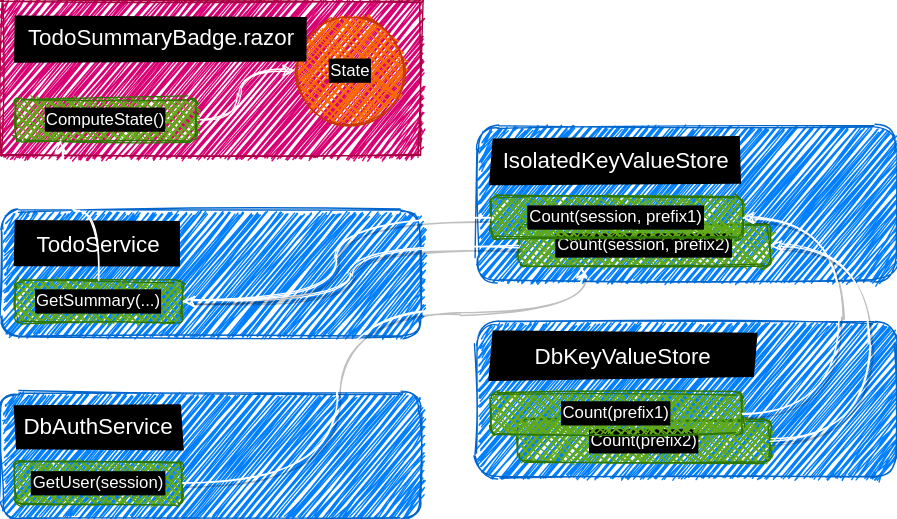
alexyakunin/Stl.Fusion.Materials keeps this draw.io diagram as Slides/Fusion_v2/diagrams/todo-app/8.dio.svg. Above is the earlier version. Source tidied: cells renumbered, new cells last; positions are measured from the earlier drawing's top-left corner, leaving out a move shared by most shapes. The source it was exported from:
```xml
<mxGraphModel>
  <root>
    <mxCell id="0" />
    <mxCell id="1" parent="0" />
    <mxCell id="2" style="group;" parent="1" vertex="1">
      <mxGeometry x="340" y="230" width="300" height="110" as="geometry" />
    </mxCell>
    <mxCell id="3" style="rounded=1;whiteSpace=wrap;html=1;sketch=1;fontColor=#ffffff;fillStyle=zigzag;shadow=0;labelBackgroundColor=#000000;labelBorderColor=#000000;strokeColor=#0066CC;fillColor=#007FFF;" parent="2" vertex="1">
      <mxGeometry width="300" height="110" as="geometry" />
    </mxCell>
    <mxCell id="4" value="DbKeyValueStore" style="text;html=1;strokeColor=none;align=center;verticalAlign=middle;whiteSpace=wrap;rounded=0;sketch=1;fontSize=16;fillColor=#000000;fillStyle=solid;fontColor=#FFFFFF;" parent="2" vertex="1">
      <mxGeometry x="10" y="7.5" width="190" height="32.5" as="geometry" />
    </mxCell>
    <mxCell id="5" value="Count(prefix2)" style="rounded=1;whiteSpace=wrap;html=1;sketch=1;fillColor=#60a917;strokeColor=#2D7600;fontColor=#ffffff;fillStyle=cross-hatch;shadow=0;labelBackgroundColor=#000000;labelBorderColor=#000000;" parent="2" vertex="1">
      <mxGeometry x="30" y="70" width="180" height="30" as="geometry" />
    </mxCell>
    <mxCell id="6" value="Count(prefix1)" style="rounded=1;whiteSpace=wrap;html=1;sketch=1;fillColor=#60a917;strokeColor=#2D7600;fontColor=#ffffff;fillStyle=cross-hatch;shadow=0;labelBackgroundColor=#000000;labelBorderColor=#000000;" parent="2" vertex="1">
      <mxGeometry x="10" y="50" width="180" height="30" as="geometry" />
    </mxCell>
    <mxCell id="7" style="group;" parent="1" vertex="1">
      <mxGeometry x="340" y="90" width="300" height="110" as="geometry" />
    </mxCell>
    <mxCell id="8" style="rounded=1;whiteSpace=wrap;html=1;sketch=1;fontColor=#ffffff;fillStyle=zigzag;shadow=0;labelBackgroundColor=#000000;labelBorderColor=#000000;strokeColor=#0066CC;fillColor=#007FFF;" parent="7" vertex="1">
      <mxGeometry width="300" height="110" as="geometry" />
    </mxCell>
    <mxCell id="9" value="IsolatedKeyValueStore" style="text;html=1;strokeColor=none;align=center;verticalAlign=middle;whiteSpace=wrap;rounded=0;sketch=1;fontSize=16;fillColor=#000000;fillStyle=solid;fontColor=#FFFFFF;" parent="7" vertex="1">
      <mxGeometry x="10" y="7.5" width="180" height="32.5" as="geometry" />
    </mxCell>
    <mxCell id="10" value="Count(session, prefix2)" style="rounded=1;whiteSpace=wrap;html=1;sketch=1;fillColor=#60a917;strokeColor=#2D7600;fontColor=#ffffff;fillStyle=cross-hatch;shadow=0;labelBackgroundColor=#000000;labelBorderColor=#000000;" parent="7" vertex="1">
      <mxGeometry x="30" y="70" width="180" height="30" as="geometry" />
    </mxCell>
    <mxCell id="11" value="Count(session, prefix1)" style="rounded=1;whiteSpace=wrap;html=1;sketch=1;fillColor=#60a917;strokeColor=#2D7600;fontColor=#ffffff;fillStyle=cross-hatch;shadow=0;labelBackgroundColor=#000000;labelBorderColor=#000000;" parent="7" vertex="1">
      <mxGeometry x="10" y="50" width="180" height="30" as="geometry" />
    </mxCell>
    <mxCell id="12" style="group;" parent="1" vertex="1">
      <mxGeometry y="150" width="300" height="90" as="geometry" />
    </mxCell>
    <mxCell id="13" style="rounded=1;whiteSpace=wrap;html=1;sketch=1;fontColor=#ffffff;fillStyle=zigzag;shadow=0;labelBackgroundColor=#000000;labelBorderColor=#000000;strokeColor=#0066CC;fillColor=#007FFF;" parent="12" vertex="1">
      <mxGeometry width="300" height="90" as="geometry" />
    </mxCell>
    <mxCell id="14" value="TodoService" style="text;html=1;strokeColor=none;align=center;verticalAlign=middle;whiteSpace=wrap;rounded=0;sketch=1;fontSize=16;fillColor=#000000;fillStyle=solid;fontColor=#FFFFFF;" parent="12" vertex="1">
      <mxGeometry x="10" y="7.5" width="120" height="32.5" as="geometry" />
    </mxCell>
    <mxCell id="15" value="GetSummary(...)" style="rounded=1;whiteSpace=wrap;html=1;sketch=1;fillColor=#60a917;strokeColor=#2D7600;fontColor=#ffffff;fillStyle=cross-hatch;shadow=0;labelBackgroundColor=#000000;labelBorderColor=#000000;" parent="12" vertex="1">
      <mxGeometry x="10" y="50" width="120" height="30" as="geometry" />
    </mxCell>
    <mxCell id="16" style="group;" parent="1" vertex="1">
      <mxGeometry y="280" width="300" height="90" as="geometry" />
    </mxCell>
    <mxCell id="17" style="rounded=1;whiteSpace=wrap;html=1;sketch=1;fontColor=#ffffff;fillStyle=zigzag;shadow=0;labelBackgroundColor=#000000;labelBorderColor=#000000;fillColor=#007FFF;strokeColor=#0066CC;" parent="16" vertex="1">
      <mxGeometry width="300" height="90" as="geometry" />
    </mxCell>
    <mxCell id="18" value="DbAuthService" style="text;html=1;strokeColor=none;align=center;verticalAlign=middle;whiteSpace=wrap;rounded=0;sketch=1;fontSize=16;fillColor=#000000;fillStyle=solid;fontColor=#FFFFFF;" parent="16" vertex="1">
      <mxGeometry x="10" y="7.5" width="120" height="32.5" as="geometry" />
    </mxCell>
    <mxCell id="19" value="GetUser(session)" style="rounded=1;whiteSpace=wrap;html=1;sketch=1;fillColor=#60a917;strokeColor=#2D7600;fontColor=#ffffff;fillStyle=cross-hatch;shadow=0;labelBackgroundColor=#000000;labelBorderColor=#000000;" parent="16" vertex="1">
      <mxGeometry x="10" y="50" width="120" height="30" as="geometry" />
    </mxCell>
    <mxCell id="20" style="whiteSpace=wrap;html=1;sketch=1;rounded=0;fillStyle=zigzag;fillColor=#d80073;strokeColor=#A50040;fontColor=#ffffff;" parent="1" vertex="1">
      <mxGeometry width="300" height="110" as="geometry" />
    </mxCell>
    <mxCell id="21" value="State" style="ellipse;whiteSpace=wrap;html=1;rounded=1;sketch=1;fillColor=#fa6800;strokeColor=#C73500;fontColor=#ffffff;fillStyle=cross-hatch;labelBackgroundColor=#000000;labelBorderColor=#000000;" parent="1" vertex="1">
      <mxGeometry x="210" y="10" width="80" height="80" as="geometry" />
    </mxCell>
    <mxCell id="22" value="TodoSummaryBadge.razor" style="text;html=1;strokeColor=none;align=center;verticalAlign=middle;whiteSpace=wrap;rounded=0;sketch=1;fontSize=16;fillColor=#000000;fillStyle=solid;fontColor=#FFFFFF;" parent="1" vertex="1">
      <mxGeometry x="10" y="10" width="210" height="32.5" as="geometry" />
    </mxCell>
    <mxCell id="23" style="edgeStyle=orthogonalEdgeStyle;sketch=1;jettySize=auto;html=1;exitX=1;exitY=0.5;exitDx=0;exitDy=0;fontSize=16;strokeColor=#FFFFFF;entryX=0;entryY=0.5;entryDx=0;entryDy=0;curved=1;" parent="1" edge="1" source="24" target="21">
      <mxGeometry relative="1" as="geometry">
        <Array as="points">
          <mxPoint x="170" y="85" />
          <mxPoint x="170" y="50" />
        </Array>
      </mxGeometry>
    </mxCell>
    <mxCell id="24" value="ComputeState()" style="rounded=1;whiteSpace=wrap;html=1;sketch=1;fillColor=#60a917;strokeColor=#2D7600;fontColor=#ffffff;fillStyle=cross-hatch;labelBackgroundColor=#000000;labelBorderColor=#000000;" parent="1" vertex="1">
      <mxGeometry x="10" y="70" width="130" height="30" as="geometry" />
    </mxCell>
    <mxCell id="25" style="edgeStyle=orthogonalEdgeStyle;curved=1;rounded=0;sketch=1;jettySize=auto;html=1;exitX=0.5;exitY=0;exitDx=0;exitDy=0;entryX=0.25;entryY=1;entryDx=0;entryDy=0;fontColor=#FFFFFF;strokeColor=#FFFFFF;" parent="1" edge="1" source="15" target="24">
      <mxGeometry relative="1" as="geometry" />
    </mxCell>
    <mxCell id="26" style="edgeStyle=orthogonalEdgeStyle;curved=1;sketch=1;jettySize=auto;html=1;exitX=0;exitY=0.5;exitDx=0;exitDy=0;entryX=1;entryY=0.5;entryDx=0;entryDy=0;shadow=1;strokeColor=#FFFFFF;" parent="1" edge="1" source="10" target="15">
      <mxGeometry relative="1" as="geometry" />
    </mxCell>
    <mxCell id="27" style="edgeStyle=orthogonalEdgeStyle;curved=1;sketch=1;jettySize=auto;html=1;exitX=0;exitY=0.5;exitDx=0;exitDy=0;entryX=1;entryY=0.5;entryDx=0;entryDy=0;shadow=1;strokeColor=#FFFFFF;" parent="1" edge="1" source="11" target="15">
      <mxGeometry relative="1" as="geometry" />
    </mxCell>
    <mxCell id="28" style="edgeStyle=orthogonalEdgeStyle;curved=1;sketch=1;jettySize=auto;html=1;exitX=1;exitY=0.5;exitDx=0;exitDy=0;entryX=0.25;entryY=1;entryDx=0;entryDy=0;shadow=1;strokeColor=#FFFFFF;" parent="1" edge="1" source="19" target="10">
      <mxGeometry relative="1" as="geometry">
        <Array as="points">
          <mxPoint x="240" y="345" />
          <mxPoint x="240" y="220" />
          <mxPoint x="415" y="220" />
        </Array>
      </mxGeometry>
    </mxCell>
    <mxCell id="29" style="edgeStyle=orthogonalEdgeStyle;curved=1;sketch=1;jettySize=auto;html=1;exitX=1;exitY=0.5;exitDx=0;exitDy=0;entryX=1;entryY=0.5;entryDx=0;entryDy=0;shadow=1;strokeColor=#FFFFFF;" parent="1" edge="1" source="6" target="11">
      <mxGeometry relative="1" as="geometry">
        <Array as="points">
          <mxPoint x="600" y="295" />
          <mxPoint x="600" y="155" />
        </Array>
      </mxGeometry>
    </mxCell>
    <mxCell id="30" style="edgeStyle=orthogonalEdgeStyle;curved=1;sketch=1;jettySize=auto;html=1;exitX=1;exitY=0.5;exitDx=0;exitDy=0;entryX=1;entryY=0.5;entryDx=0;entryDy=0;shadow=1;strokeColor=#FFFFFF;" parent="1" edge="1" source="5" target="10">
      <mxGeometry relative="1" as="geometry">
        <Array as="points">
          <mxPoint x="620" y="315" />
          <mxPoint x="620" y="175" />
        </Array>
      </mxGeometry>
    </mxCell>
  </root>
</mxGraphModel>
```
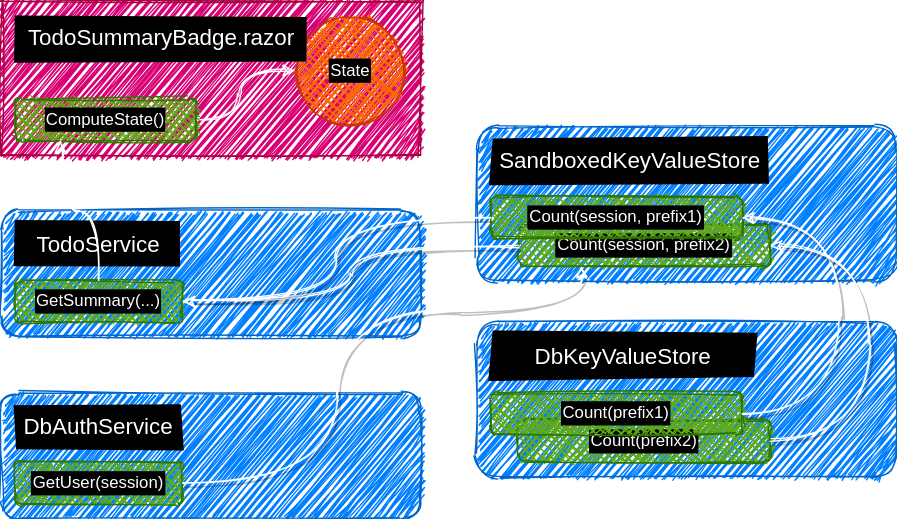
The same diagram one commit later.

The edit, as a diff of the source:
```diff
@@ -23,8 +23,8 @@
     <mxCell id="8" style="rounded=1;whiteSpace=wrap;html=1;sketch=1;fontColor=#ffffff;fillStyle=zigzag;shadow=0;labelBackgroundColor=#000000;labelBorderColor=#000000;strokeColor=#0066CC;fillColor=#007FFF;" parent="7" vertex="1">
       <mxGeometry width="300" height="110" as="geometry" />
     </mxCell>
-    <mxCell id="9" value="IsolatedKeyValueStore" style="text;html=1;strokeColor=none;align=center;verticalAlign=middle;whiteSpace=wrap;rounded=0;sketch=1;fontSize=16;fillColor=#000000;fillStyle=solid;fontColor=#FFFFFF;" parent="7" vertex="1">
-      <mxGeometry x="10" y="7.5" width="180" height="32.5" as="geometry" />
+    <mxCell id="9" value="SandboxedKeyValueStore" style="text;html=1;strokeColor=none;align=center;verticalAlign=middle;whiteSpace=wrap;rounded=0;sketch=1;fontSize=16;fillColor=#000000;fillStyle=solid;fontColor=#FFFFFF;" parent="7" vertex="1">
+      <mxGeometry x="10" y="7.5" width="200" height="32.5" as="geometry" />
     </mxCell>
     <mxCell id="10" value="Count(session, prefix2)" style="rounded=1;whiteSpace=wrap;html=1;sketch=1;fillColor=#60a917;strokeColor=#2D7600;fontColor=#ffffff;fillStyle=cross-hatch;shadow=0;labelBackgroundColor=#000000;labelBorderColor=#000000;" parent="7" vertex="1">
       <mxGeometry x="30" y="70" width="180" height="30" as="geometry" />
```
